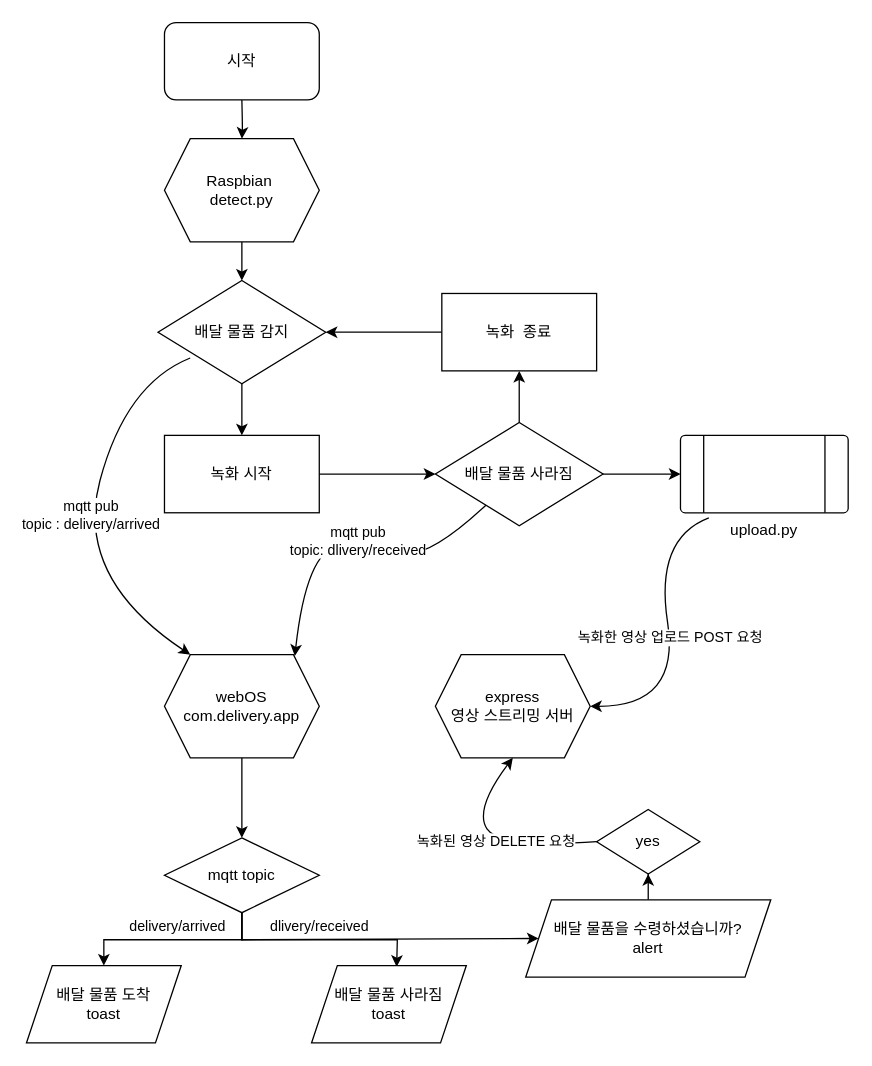
Earlier version of the draw.io diagram Untitled Diagram.drawio (webOS-KOSS/Detecting-packages). Source tidied: cells renumbered, new cells numbered last; positions are measured from the earlier drawing's top-left corner, leaving out a move shared by most shapes. Both pictures are drawn from the tidied source at 129%, with x=0, y=0 at pixel (26, 22).
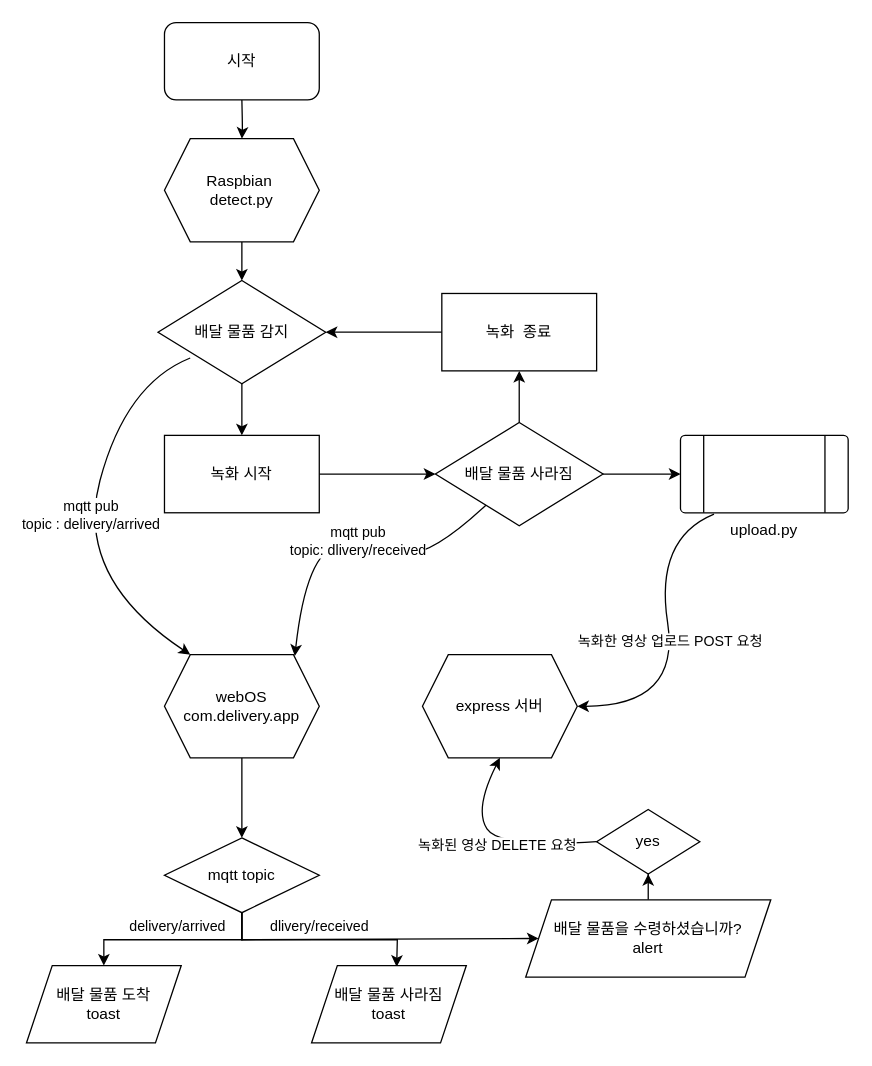
Above is the later version.

Unchanged cells that the change refers to:
```xml
<mxCell id="16" value="upload.py" style="verticalLabelPosition=bottom;verticalAlign=top;html=1;shape=process;whiteSpace=wrap;rounded=1;size=0.14;arcSize=6;" parent="1" vertex="1">
  <mxGeometry x="507" y="320" width="130" height="60" as="geometry" />
</mxCell>
```

Change to the diagram source:
```diff
@@
-    <mxCell id="14" value="express&lt;br&gt;영상 스트리밍 서버" style="shape=hexagon;perimeter=hexagonPerimeter2;whiteSpace=wrap;html=1;fixedSize=1;rounded=0;" parent="1" vertex="1">
-      <mxGeometry x="317" y="490" width="120" height="80" as="geometry" />
+    <mxCell id="14" value="express 서버" style="shape=hexagon;perimeter=hexagonPerimeter2;whiteSpace=wrap;html=1;fixedSize=1;rounded=0;" parent="1" vertex="1">
+      <mxGeometry x="307" y="490" width="120" height="80" as="geometry" />
     </mxCell>
-    <mxCell id="15" value="녹화한 영상 업로드 POST 요청" style="endArrow=classic;html=1;rounded=0;exitX=0.169;exitY=1.067;exitDx=0;exitDy=0;entryX=1;entryY=0.5;entryDx=0;entryDy=0;curved=1;exitPerimeter=0;" parent="1" edge="1" source="16" target="14">
+    <mxCell id="15" value="녹화한 영상 업로드 POST 요청" style="endArrow=classic;html=1;rounded=0;exitX=0.2;exitY=1.017;exitDx=0;exitDy=0;entryX=1;entryY=0.5;entryDx=0;entryDy=0;curved=1;exitPerimeter=0;" parent="1" edge="1" source="16" target="14">
       <mxGeometry relative="1" as="geometry">
         <Array as="points">
           <mxPoint x="487" y="400" />
           <mxPoint x="507" y="530" />
         </Array>
       </mxGeometry>
     </mxCell>
```
